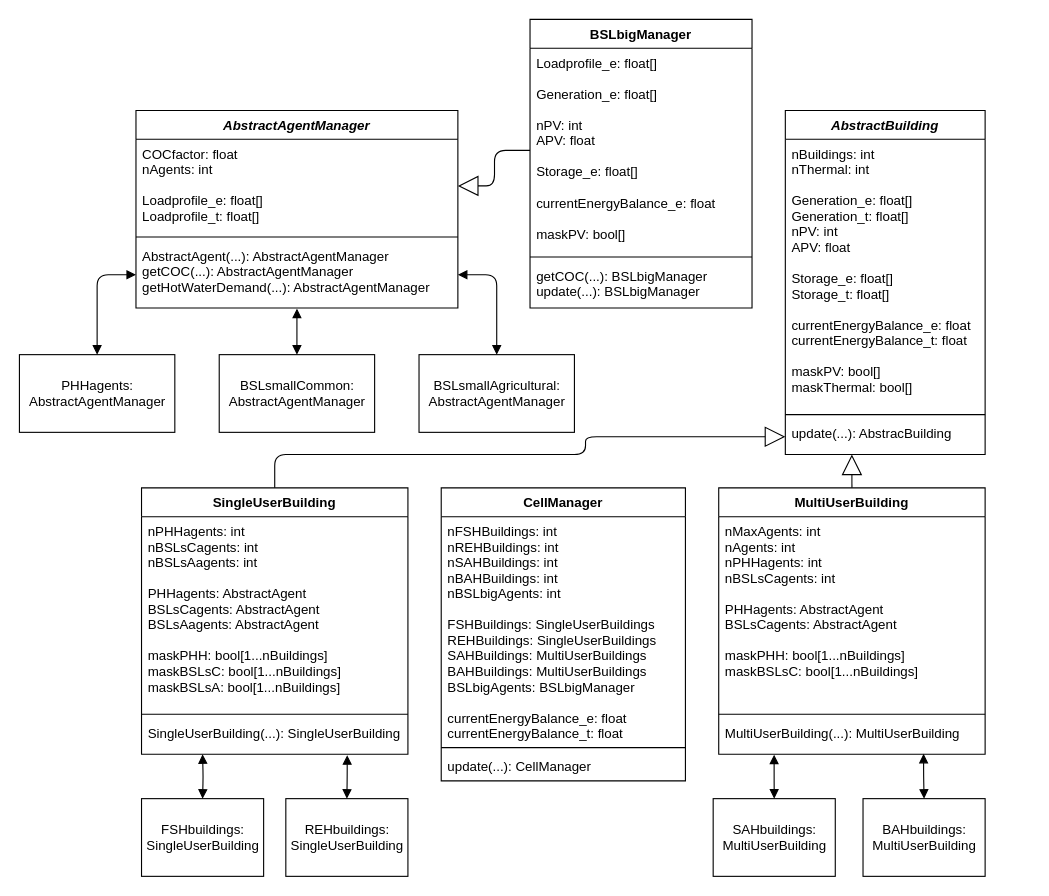
Earlier version of the draw.io diagram page "WithBuildings" (2 of 2) of ModelStructure.drawio (HSZittauGoerlitz/EnSySim). Source tidied: cells renumbered, new cells numbered last; positions are measured from the earlier drawing's top-left corner, leaving out a move shared by most shapes. Both pictures are drawn from the tidied source at 111%, with x=0, y=0 at pixel (19, 19).
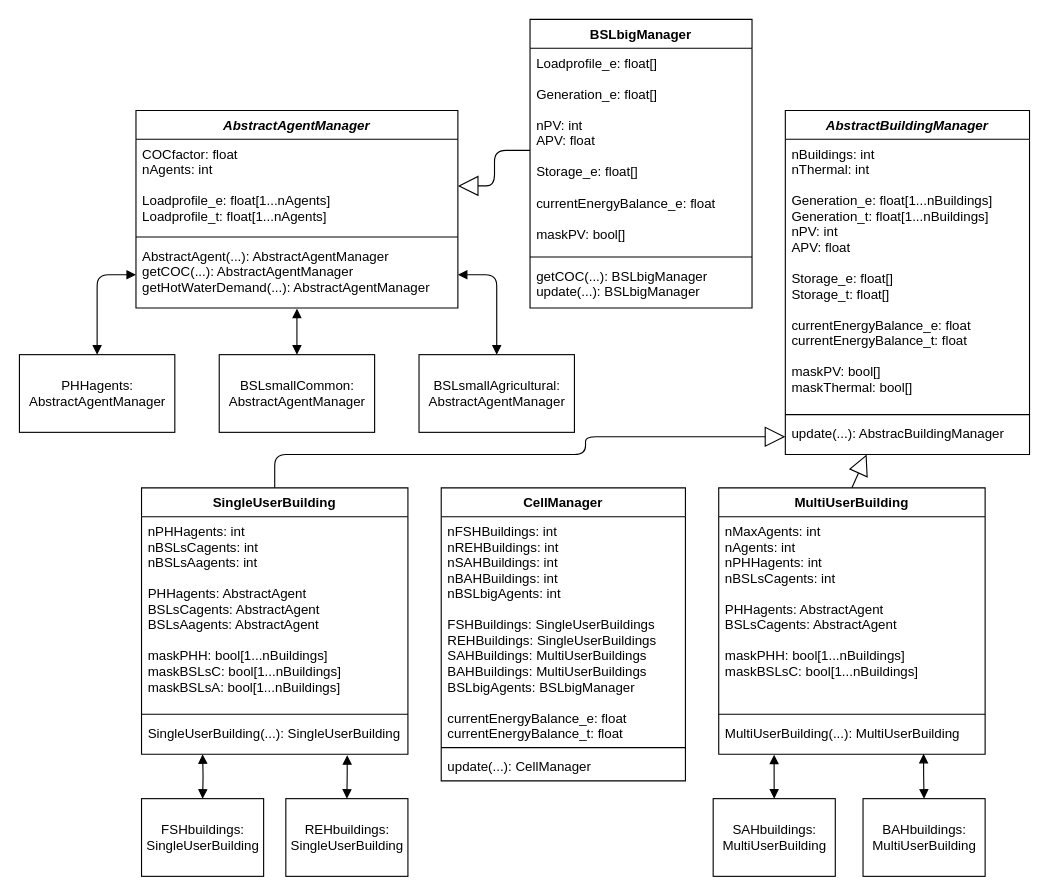
After the change.

Commit message:
Fix more detailled terms

Unchanged cells that the change refers to:
```xml
<mxCell id="39" value="AbstractAgentManager" style="swimlane;fontStyle=3;align=center;verticalAlign=top;horizontal=1;startSize=26;" parent="1" vertex="1">
  <mxGeometry x="105" y="82" width="290" height="178" as="geometry" />
</mxCell>
```

Diff of the diagram source:
```diff
@@
-    <mxCell id="28" value="AbstractBuilding" style="swimlane;fontStyle=3;align=center;verticalAlign=top;horizontal=1;startSize=26;" parent="1" vertex="1">
-      <mxGeometry x="690" y="82" width="180" height="310" as="geometry" />
+    <mxCell id="28" value="AbstractBuildingManager" style="swimlane;fontStyle=3;align=center;verticalAlign=top;horizontal=1;startSize=26;" parent="1" vertex="1">
+      <mxGeometry x="690" y="82" width="220" height="310" as="geometry" />
     </mxCell>
-    <mxCell id="29" value="nBuildings: int&#10;nThermal: int&#10;&#10;Generation_e: float[]&#10;Generation_t: float[]&#10;nPV: int&#10;APV: float&#10;&#10;Storage_e: float[]&#10;Storage_t: float[]&#10;&#10;currentEnergyBalance_e: float&#10;currentEnergyBalance_t: float&#10;&#10;maskPV: bool[]&#10;maskThermal: bool[]" style="text;strokeColor=none;fillColor=none;align=left;verticalAlign=top;spacingLeft=4;spacingRight=4;overflow=hidden;" parent="28" vertex="1">
-      <mxGeometry y="26" width="180" height="244" as="geometry" />
+    <mxCell id="29" value="nBuildings: int&#10;nThermal: int&#10;&#10;Generation_e: float[1...nBuildings]&#10;Generation_t: float[1...nBuildings]&#10;nPV: int&#10;APV: float&#10;&#10;Storage_e: float[]&#10;Storage_t: float[]&#10;&#10;currentEnergyBalance_e: float&#10;currentEnergyBalance_t: float&#10;&#10;maskPV: bool[]&#10;maskThermal: bool[]" style="text;strokeColor=none;fillColor=none;align=left;verticalAlign=top;spacingLeft=4;spacingRight=4;overflow=hidden;" parent="28" vertex="1">
+      <mxGeometry y="26" width="220" height="244" as="geometry" />
     </mxCell>
     <mxCell id="30" style="line;strokeWidth=1;fillColor=none;align=left;verticalAlign=middle;spacingTop=-1;spacingLeft=3;spacingRight=3;labelPosition=right;" parent="28" vertex="1">
-      <mxGeometry y="270" width="180" height="8" as="geometry" />
+      <mxGeometry y="270" width="220" height="8" as="geometry" />
     </mxCell>
-    <mxCell id="31" value="update(...): AbstracBuilding" style="text;strokeColor=none;fillColor=none;align=left;verticalAlign=top;spacingLeft=4;spacingRight=4;overflow=hidden;points=[[0,0.5],[1,0.5]];portConstraint=eastwest;" parent="28" vertex="1">
-      <mxGeometry y="278" width="180" height="32" as="geometry" />
+    <mxCell id="31" value="update(...): AbstracBuildingManager" style="text;strokeColor=none;fillColor=none;align=left;verticalAlign=top;spacingLeft=4;spacingRight=4;overflow=hidden;points=[[0,0.5],[1,0.5]];portConstraint=eastwest;" parent="28" vertex="1">
+      <mxGeometry y="278" width="220" height="32" as="geometry" />
     </mxCell>
@@
-    <mxCell id="40" value="COCfactor: float&#10;nAgents: int&#10;&#10;Loadprofile_e: float[]&#10;Loadprofile_t: float[]" style="text;strokeColor=none;fillColor=none;align=left;verticalAlign=top;spacingLeft=4;spacingRight=4;overflow=hidden;points=[[0,0.5],[1,0.5]];portConstraint=eastwest;" parent="39" vertex="1">
+    <mxCell id="40" value="COCfactor: float&#10;nAgents: int&#10;&#10;Loadprofile_e: float[1...nAgents]&#10;Loadprofile_t: float[1...nAgents]" style="text;strokeColor=none;fillColor=none;align=left;verticalAlign=top;spacingLeft=4;spacingRight=4;overflow=hidden;points=[[0,0.5],[1,0.5]];portConstraint=eastwest;" parent="39" vertex="1">
       <mxGeometry y="26" width="290" height="84" as="geometry" />
     </mxCell>
```
